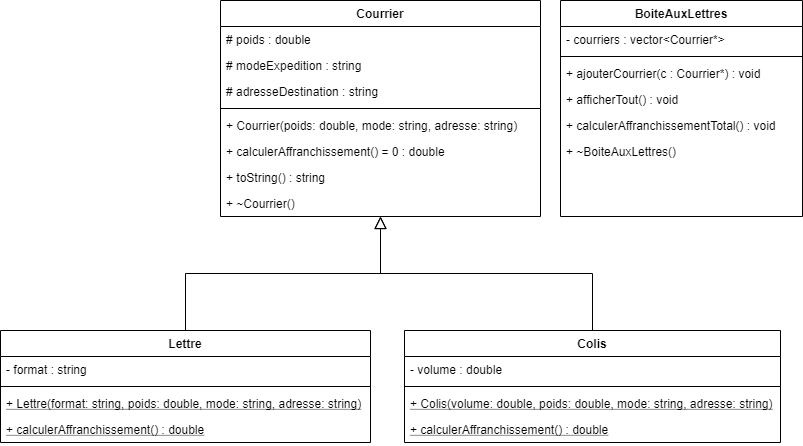
The draw.io diagram Gestion_De_Courriers/diagrame_gestion_de_courriers.png in Is-Daouda/courscpp2026, before a commit. Source tidied: cells renumbered, new cells last; positions are measured from the earlier drawing's top-left corner, leaving out a move shared by most shapes. The source it was exported from:
```xml
<mxGraphModel>
  <root>
    <mxCell id="0" />
    <mxCell id="1" parent="0" />
    <mxCell id="2" value="Courrier" style="swimlane;fontStyle=1;align=center;verticalAlign=top;horizontal=1;startSize=26;rounded=0;shadow=0;strokeWidth=1;" parent="1" vertex="1">
      <mxGeometry x="220" width="320" height="216" as="geometry" />
    </mxCell>
    <mxCell id="3" value="# poids : double" style="text;align=left;verticalAlign=top;spacingLeft=4;spacingRight=4;overflow=hidden;" parent="2" vertex="1">
      <mxGeometry y="26" width="320" height="26" as="geometry" />
    </mxCell>
    <mxCell id="4" value="# modeExpedition : string" style="text;align=left;verticalAlign=top;spacingLeft=4;spacingRight=4;overflow=hidden;rounded=0;shadow=0;html=0;" parent="2" vertex="1">
      <mxGeometry y="52" width="320" height="26" as="geometry" />
    </mxCell>
    <mxCell id="5" value="# adresseDestination : string" style="text;align=left;verticalAlign=top;spacingLeft=4;spacingRight=4;overflow=hidden;rounded=0;shadow=0;html=0;" parent="2" vertex="1">
      <mxGeometry y="78" width="320" height="26" as="geometry" />
    </mxCell>
    <mxCell id="6" style="line;html=1;strokeWidth=1;align=left;verticalAlign=middle;spacingTop=-1;spacingLeft=3;spacingRight=3;labelPosition=right;" parent="2" vertex="1">
      <mxGeometry y="104" width="320" height="8" as="geometry" />
    </mxCell>
    <mxCell id="7" value="+ Courrier(poids: double, mode: string, adresse: string)" style="text;align=left;verticalAlign=top;spacingLeft=4;spacingRight=4;overflow=hidden;" parent="2" vertex="1">
      <mxGeometry y="112" width="320" height="26" as="geometry" />
    </mxCell>
    <mxCell id="8" value="+ calculerAffranchissement() = 0 : double" style="text;align=left;verticalAlign=top;spacingLeft=4;spacingRight=4;overflow=hidden;" parent="2" vertex="1">
      <mxGeometry y="138" width="320" height="26" as="geometry" />
    </mxCell>
    <mxCell id="9" value="+ toString() : string " style="text;align=left;verticalAlign=top;spacingLeft=4;spacingRight=4;overflow=hidden;" parent="2" vertex="1">
      <mxGeometry y="164" width="320" height="26" as="geometry" />
    </mxCell>
    <mxCell id="10" value="+ ~Courrier() " style="text;align=left;verticalAlign=top;spacingLeft=4;spacingRight=4;overflow=hidden;" parent="2" vertex="1">
      <mxGeometry y="190" width="320" height="26" as="geometry" />
    </mxCell>
    <mxCell id="11" value="Lettre" style="swimlane;fontStyle=1;align=center;verticalAlign=top;horizontal=1;startSize=26;rounded=0;shadow=0;strokeWidth=1;" parent="1" vertex="1">
      <mxGeometry y="330" width="370" height="112" as="geometry" />
    </mxCell>
    <mxCell id="12" value="- format : string " style="text;align=left;verticalAlign=top;spacingLeft=4;spacingRight=4;overflow=hidden;" parent="11" vertex="1">
      <mxGeometry y="26" width="370" height="26" as="geometry" />
    </mxCell>
    <mxCell id="13" style="line;html=1;strokeWidth=1;align=left;verticalAlign=middle;spacingTop=-1;spacingLeft=3;spacingRight=3;labelPosition=right;" parent="11" vertex="1">
      <mxGeometry y="52" width="370" height="8" as="geometry" />
    </mxCell>
    <mxCell id="14" value="+ Lettre(format: string, poids: double, mode: string, adresse: string)" style="text;align=left;verticalAlign=top;spacingLeft=4;spacingRight=4;overflow=hidden;fontStyle=4;" parent="11" vertex="1">
      <mxGeometry y="60" width="370" height="26" as="geometry" />
    </mxCell>
    <mxCell id="15" value="+ calculerAffranchissement() : double" style="text;align=left;verticalAlign=top;spacingLeft=4;spacingRight=4;overflow=hidden;fontStyle=4;" parent="11" vertex="1">
      <mxGeometry y="86" width="370" height="26" as="geometry" />
    </mxCell>
    <mxCell id="16" style="endArrow=block;endSize=10;endFill=0;shadow=0;strokeWidth=1;rounded=0;edgeStyle=elbowEdgeStyle;elbow=vertical;" parent="1" edge="1" source="11" target="2">
      <mxGeometry relative="1" as="geometry" />
    </mxCell>
    <mxCell id="17" value="Colis" style="swimlane;fontStyle=1;align=center;verticalAlign=top;horizontal=1;startSize=26;rounded=0;shadow=0;strokeWidth=1;" parent="1" vertex="1">
      <mxGeometry x="404" y="330" width="376" height="112" as="geometry" />
    </mxCell>
    <mxCell id="18" value="- volume : double" style="text;align=left;verticalAlign=top;spacingLeft=4;spacingRight=4;overflow=hidden;" parent="17" vertex="1">
      <mxGeometry y="26" width="376" height="26" as="geometry" />
    </mxCell>
    <mxCell id="19" style="line;html=1;strokeWidth=1;align=left;verticalAlign=middle;spacingTop=-1;spacingLeft=3;spacingRight=3;labelPosition=right;" parent="17" vertex="1">
      <mxGeometry y="52" width="376" height="8" as="geometry" />
    </mxCell>
    <mxCell id="20" value="+ Colis(volume: double, poids: double, mode: string, adresse: string)" style="text;align=left;verticalAlign=top;spacingLeft=4;spacingRight=4;overflow=hidden;fontStyle=4;" parent="17" vertex="1">
      <mxGeometry y="60" width="376" height="26" as="geometry" />
    </mxCell>
    <mxCell id="21" value="+ calculerAffranchissement() : double" style="text;align=left;verticalAlign=top;spacingLeft=4;spacingRight=4;overflow=hidden;fontStyle=4;" parent="17" vertex="1">
      <mxGeometry y="86" width="376" height="26" as="geometry" />
    </mxCell>
    <mxCell id="22" style="endArrow=block;endSize=10;endFill=0;shadow=0;strokeWidth=1;rounded=0;edgeStyle=elbowEdgeStyle;elbow=vertical;" parent="1" edge="1" source="17" target="2">
      <mxGeometry relative="1" as="geometry" />
    </mxCell>
    <mxCell id="23" value="BoiteAuxLettres" style="swimlane;fontStyle=1;align=center;verticalAlign=top;horizontal=1;startSize=26;rounded=0;shadow=0;strokeWidth=1;" parent="1" vertex="1">
      <mxGeometry x="560" width="242" height="216" as="geometry" />
    </mxCell>
    <mxCell id="24" value="- courriers : vector&lt;Courrier*&gt;  " style="text;align=left;verticalAlign=top;spacingLeft=4;spacingRight=4;overflow=hidden;" parent="23" vertex="1">
      <mxGeometry y="26" width="242" height="26" as="geometry" />
    </mxCell>
    <mxCell id="25" style="line;html=1;strokeWidth=1;align=left;verticalAlign=middle;spacingTop=-1;spacingLeft=3;spacingRight=3;labelPosition=right;" parent="23" vertex="1">
      <mxGeometry y="52" width="242" height="8" as="geometry" />
    </mxCell>
    <mxCell id="26" value="+ ajouterCourrier(c : Courrier*) : void " style="text;align=left;verticalAlign=top;spacingLeft=4;spacingRight=4;overflow=hidden;" parent="23" vertex="1">
      <mxGeometry y="60" width="242" height="26" as="geometry" />
    </mxCell>
    <mxCell id="27" value="+ afficherTout() : void " style="text;align=left;verticalAlign=top;spacingLeft=4;spacingRight=4;overflow=hidden;" parent="23" vertex="1">
      <mxGeometry y="86" width="242" height="26" as="geometry" />
    </mxCell>
    <mxCell id="28" value="+ calculerAffranchissementTotal() : void" style="text;align=left;verticalAlign=top;spacingLeft=4;spacingRight=4;overflow=hidden;" parent="23" vertex="1">
      <mxGeometry y="112" width="242" height="26" as="geometry" />
    </mxCell>
    <mxCell id="29" value="+ ~BoiteAuxLettres()   " style="text;align=left;verticalAlign=top;spacingLeft=4;spacingRight=4;overflow=hidden;" parent="23" vertex="1">
      <mxGeometry y="138" width="242" height="26" as="geometry" />
    </mxCell>
  </root>
</mxGraphModel>
```
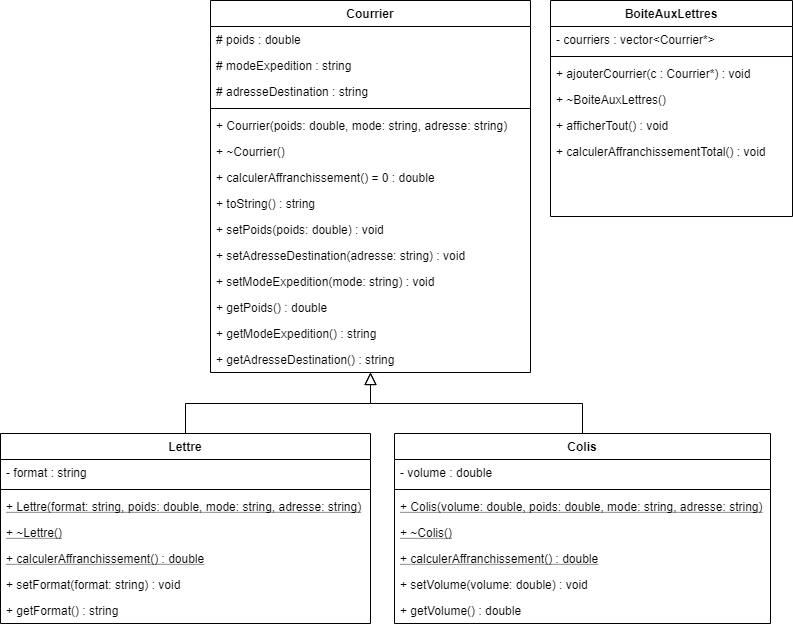
After the commit.

The edit, as a diff of the source:
```diff
@@ -3,7 +3,7 @@
     <mxCell id="0" />
     <mxCell id="1" parent="0" />
     <mxCell id="2" value="Courrier" style="swimlane;fontStyle=1;align=center;verticalAlign=top;horizontal=1;startSize=26;rounded=0;shadow=0;strokeWidth=1;" parent="1" vertex="1">
-      <mxGeometry x="220" width="320" height="216" as="geometry" />
+      <mxGeometry x="220" width="320" height="372" as="geometry" />
     </mxCell>
     <mxCell id="3" value="# poids : double" style="text;align=left;verticalAlign=top;spacingLeft=4;spacingRight=4;overflow=hidden;" parent="2" vertex="1">
       <mxGeometry y="26" width="320" height="26" as="geometry" />
@@ -20,17 +20,35 @@
     <mxCell id="7" value="+ Courrier(poids: double, mode: string, adresse: string)" style="text;align=left;verticalAlign=top;spacingLeft=4;spacingRight=4;overflow=hidden;" parent="2" vertex="1">
       <mxGeometry y="112" width="320" height="26" as="geometry" />
     </mxCell>
+    <mxCell id="10" value="+ ~Courrier() " style="text;align=left;verticalAlign=top;spacingLeft=4;spacingRight=4;overflow=hidden;" parent="2" vertex="1">
+      <mxGeometry y="138" width="320" height="26" as="geometry" />
+    </mxCell>
     <mxCell id="8" value="+ calculerAffranchissement() = 0 : double" style="text;align=left;verticalAlign=top;spacingLeft=4;spacingRight=4;overflow=hidden;" parent="2" vertex="1">
-      <mxGeometry y="138" width="320" height="26" as="geometry" />
+      <mxGeometry y="164" width="320" height="26" as="geometry" />
     </mxCell>
     <mxCell id="9" value="+ toString() : string " style="text;align=left;verticalAlign=top;spacingLeft=4;spacingRight=4;overflow=hidden;" parent="2" vertex="1">
-      <mxGeometry y="164" width="320" height="26" as="geometry" />
+      <mxGeometry y="190" width="320" height="26" as="geometry" />
     </mxCell>
-    <mxCell id="10" value="+ ~Courrier() " style="text;align=left;verticalAlign=top;spacingLeft=4;spacingRight=4;overflow=hidden;" parent="2" vertex="1">
-      <mxGeometry y="190" width="320" height="26" as="geometry" />
-    </mxCell>
+    <mxCell id="30" value="+ setPoids(poids: double) : void" style="text;align=left;verticalAlign=top;spacingLeft=4;spacingRight=4;overflow=hidden;" parent="2" vertex="1">
+      <mxGeometry y="216" width="320" height="26" as="geometry" />
+    </mxCell>
+    <mxCell id="31" value="+ setAdresseDestination(adresse: string) : void" style="text;align=left;verticalAlign=top;spacingLeft=4;spacingRight=4;overflow=hidden;" parent="2" vertex="1">
+      <mxGeometry y="242" width="320" height="26" as="geometry" />
+    </mxCell>
+    <mxCell id="32" value="+ setModeExpedition(mode: string) : void" style="text;align=left;verticalAlign=top;spacingLeft=4;spacingRight=4;overflow=hidden;" parent="2" vertex="1">
+      <mxGeometry y="268" width="320" height="26" as="geometry" />
+    </mxCell>
+    <mxCell id="33" value="+ getPoids() : double" style="text;align=left;verticalAlign=top;spacingLeft=4;spacingRight=4;overflow=hidden;" parent="2" vertex="1">
+      <mxGeometry y="294" width="320" height="26" as="geometry" />
+    </mxCell>
+    <mxCell id="34" value="+ getModeExpedition() : string " style="text;align=left;verticalAlign=top;spacingLeft=4;spacingRight=4;overflow=hidden;" parent="2" vertex="1">
+      <mxGeometry y="320" width="320" height="26" as="geometry" />
+    </mxCell>
+    <mxCell id="35" value="+ getAdresseDestination() : string " style="text;align=left;verticalAlign=top;spacingLeft=4;spacingRight=4;overflow=hidden;" parent="2" vertex="1">
+      <mxGeometry y="346" width="320" height="26" as="geometry" />
+    </mxCell>
     <mxCell id="11" value="Lettre" style="swimlane;fontStyle=1;align=center;verticalAlign=top;horizontal=1;startSize=26;rounded=0;shadow=0;strokeWidth=1;" parent="1" vertex="1">
-      <mxGeometry y="330" width="370" height="112" as="geometry" />
+      <mxGeometry x="10" y="433" width="370" height="190" as="geometry" />
     </mxCell>
     <mxCell id="12" value="- format : string " style="text;align=left;verticalAlign=top;spacingLeft=4;spacingRight=4;overflow=hidden;" parent="11" vertex="1">
       <mxGeometry y="26" width="370" height="26" as="geometry" />
@@ -41,14 +59,23 @@
     <mxCell id="14" value="+ Lettre(format: string, poids: double, mode: string, adresse: string)" style="text;align=left;verticalAlign=top;spacingLeft=4;spacingRight=4;overflow=hidden;fontStyle=4;" parent="11" vertex="1">
       <mxGeometry y="60" width="370" height="26" as="geometry" />
     </mxCell>
+    <mxCell id="36" value="+ ~Lettre()" style="text;align=left;verticalAlign=top;spacingLeft=4;spacingRight=4;overflow=hidden;fontStyle=4;" parent="11" vertex="1">
+      <mxGeometry y="86" width="370" height="26" as="geometry" />
+    </mxCell>
     <mxCell id="15" value="+ calculerAffranchissement() : double" style="text;align=left;verticalAlign=top;spacingLeft=4;spacingRight=4;overflow=hidden;fontStyle=4;" parent="11" vertex="1">
-      <mxGeometry y="86" width="370" height="26" as="geometry" />
+      <mxGeometry y="112" width="370" height="26" as="geometry" />
     </mxCell>
+    <mxCell id="37" value="+ setFormat(format: string) : void" style="text;align=left;verticalAlign=top;spacingLeft=4;spacingRight=4;overflow=hidden;" parent="11" vertex="1">
+      <mxGeometry y="138" width="370" height="26" as="geometry" />
+    </mxCell>
+    <mxCell id="38" value="+ getFormat() : string" style="text;align=left;verticalAlign=top;spacingLeft=4;spacingRight=4;overflow=hidden;" parent="11" vertex="1">
+      <mxGeometry y="164" width="370" height="26" as="geometry" />
+    </mxCell>
     <mxCell id="16" style="endArrow=block;endSize=10;endFill=0;shadow=0;strokeWidth=1;rounded=0;edgeStyle=elbowEdgeStyle;elbow=vertical;" parent="1" edge="1" source="11" target="2">
       <mxGeometry relative="1" as="geometry" />
     </mxCell>
     <mxCell id="17" value="Colis" style="swimlane;fontStyle=1;align=center;verticalAlign=top;horizontal=1;startSize=26;rounded=0;shadow=0;strokeWidth=1;" parent="1" vertex="1">
-      <mxGeometry x="404" y="330" width="376" height="112" as="geometry" />
+      <mxGeometry x="404" y="433" width="376" height="190" as="geometry" />
     </mxCell>
     <mxCell id="18" value="- volume : double" style="text;align=left;verticalAlign=top;spacingLeft=4;spacingRight=4;overflow=hidden;" parent="17" vertex="1">
       <mxGeometry y="26" width="376" height="26" as="geometry" />
@@ -59,9 +86,18 @@
     <mxCell id="20" value="+ Colis(volume: double, poids: double, mode: string, adresse: string)" style="text;align=left;verticalAlign=top;spacingLeft=4;spacingRight=4;overflow=hidden;fontStyle=4;" parent="17" vertex="1">
       <mxGeometry y="60" width="376" height="26" as="geometry" />
     </mxCell>
+    <mxCell id="39" value="+ ~Colis()" style="text;align=left;verticalAlign=top;spacingLeft=4;spacingRight=4;overflow=hidden;fontStyle=4;" parent="17" vertex="1">
+      <mxGeometry y="86" width="376" height="26" as="geometry" />
+    </mxCell>
     <mxCell id="21" value="+ calculerAffranchissement() : double" style="text;align=left;verticalAlign=top;spacingLeft=4;spacingRight=4;overflow=hidden;fontStyle=4;" parent="17" vertex="1">
-      <mxGeometry y="86" width="376" height="26" as="geometry" />
+      <mxGeometry y="112" width="376" height="26" as="geometry" />
     </mxCell>
+    <mxCell id="40" value="+ setVolume(volume: double) : void" style="text;align=left;verticalAlign=top;spacingLeft=4;spacingRight=4;overflow=hidden;" parent="17" vertex="1">
+      <mxGeometry y="138" width="376" height="26" as="geometry" />
+    </mxCell>
+    <mxCell id="41" value="+ getVolume() : double" style="text;align=left;verticalAlign=top;spacingLeft=4;spacingRight=4;overflow=hidden;" parent="17" vertex="1">
+      <mxGeometry y="164" width="376" height="26" as="geometry" />
+    </mxCell>
     <mxCell id="22" style="endArrow=block;endSize=10;endFill=0;shadow=0;strokeWidth=1;rounded=0;edgeStyle=elbowEdgeStyle;elbow=vertical;" parent="1" edge="1" source="17" target="2">
       <mxGeometry relative="1" as="geometry" />
     </mxCell>
@@ -77,14 +113,14 @@
     <mxCell id="26" value="+ ajouterCourrier(c : Courrier*) : void " style="text;align=left;verticalAlign=top;spacingLeft=4;spacingRight=4;overflow=hidden;" parent="23" vertex="1">
       <mxGeometry y="60" width="242" height="26" as="geometry" />
     </mxCell>
+    <mxCell id="29" value="+ ~BoiteAuxLettres()   " style="text;align=left;verticalAlign=top;spacingLeft=4;spacingRight=4;overflow=hidden;" parent="23" vertex="1">
+      <mxGeometry y="86" width="242" height="26" as="geometry" />
+    </mxCell>
     <mxCell id="27" value="+ afficherTout() : void " style="text;align=left;verticalAlign=top;spacingLeft=4;spacingRight=4;overflow=hidden;" parent="23" vertex="1">
-      <mxGeometry y="86" width="242" height="26" as="geometry" />
+      <mxGeometry y="112" width="242" height="26" as="geometry" />
     </mxCell>
     <mxCell id="28" value="+ calculerAffranchissementTotal() : void" style="text;align=left;verticalAlign=top;spacingLeft=4;spacingRight=4;overflow=hidden;" parent="23" vertex="1">
-      <mxGeometry y="112" width="242" height="26" as="geometry" />
+      <mxGeometry y="138" width="242" height="26" as="geometry" />
     </mxCell>
-    <mxCell id="29" value="+ ~BoiteAuxLettres()   " style="text;align=left;verticalAlign=top;spacingLeft=4;spacingRight=4;overflow=hidden;" parent="23" vertex="1">
-      <mxGeometry y="138" width="242" height="26" as="geometry" />
-    </mxCell>
   </root>
 </mxGraphModel>
```
